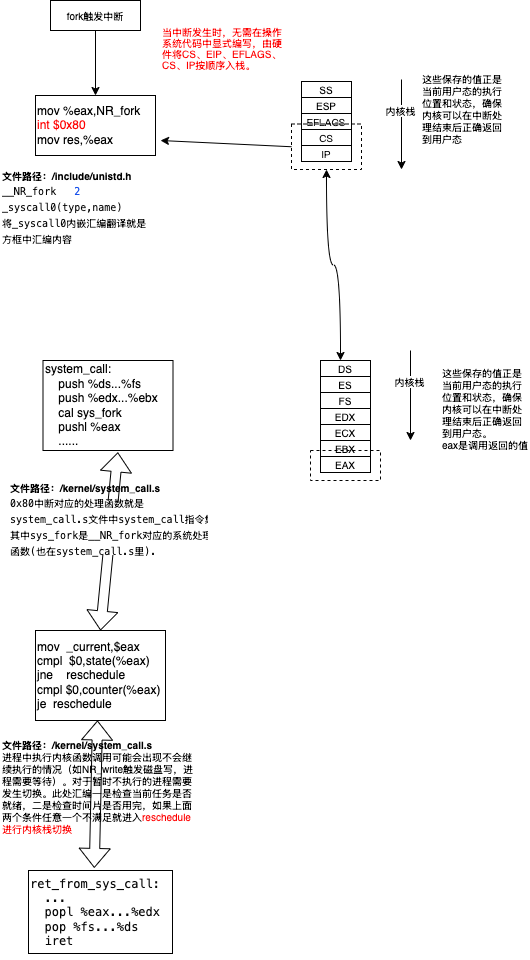
Before: linux_fork.png, a diagram exported from draw.io (zhaole0606/pic). Source tidied: cells renumbered, new cells last; positions are measured from the earlier drawing's top-left corner, leaving out a move shared by most shapes.
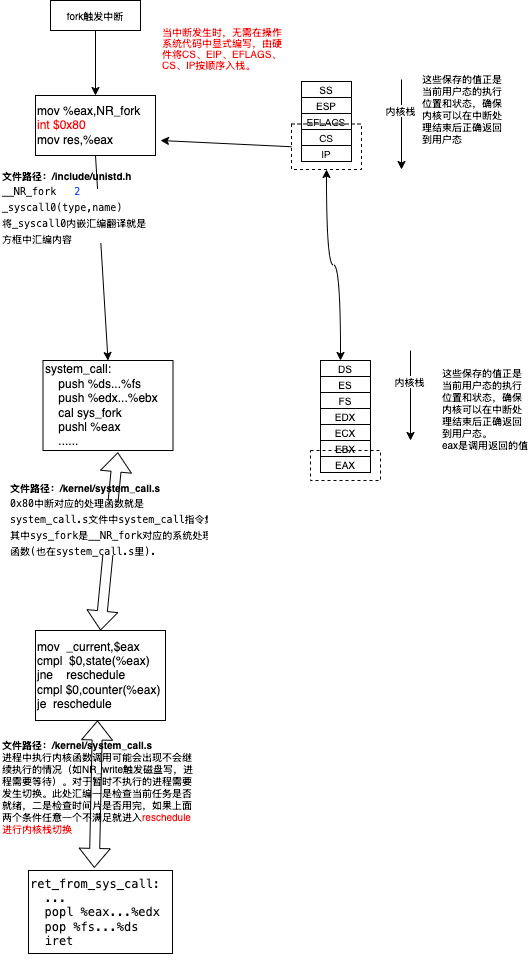
After the commit.

Change to the diagram source:
```diff
@@ -2,6 +2,9 @@
   <root>
     <mxCell id="0" />
     <mxCell id="1" parent="0" />
+    <mxCell id="36" style="endArrow=classic;html=1;rounded=0;exitX=0.5;exitY=1;exitDx=0;exitDy=0;entryX=0.5;entryY=0;entryDx=0;entryDy=0;" parent="1" edge="1" source="5" target="18">
+      <mxGeometry relative="1" as="geometry" />
+    </mxCell>
     <mxCell id="2" style="shape=flexArrow;endArrow=classic;startArrow=classic;html=1;rounded=0;exitX=0.5;exitY=0;exitDx=0;exitDy=0;entryX=0.576;entryY=1.02;entryDx=0;entryDy=0;entryPerimeter=0;fontSize=10;" parent="1" edge="1" source="30" target="18">
       <mxGeometry relative="1" as="geometry" />
     </mxCell>
```
